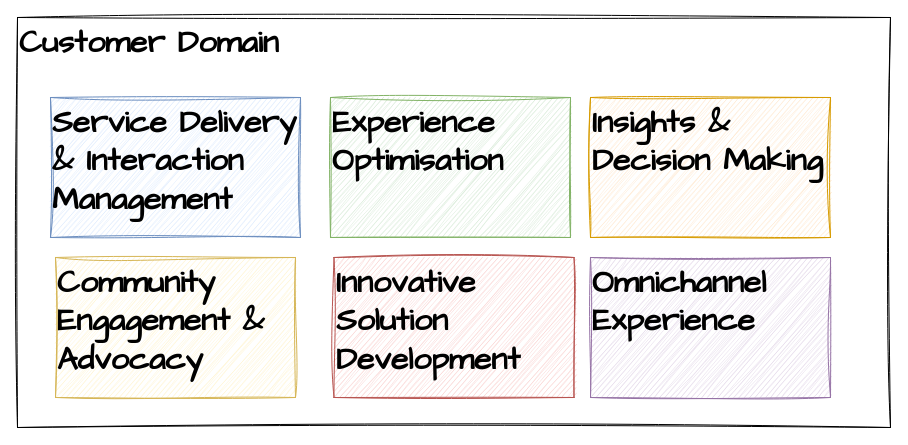
The draw.io diagram page "Customer Domain - L0" (9 of 12) of Untitled Diagram.drawio in onlinepractice/digitalbanking, before the edit. Source tidied: cells renumbered, new cells numbered last; positions are measured from the earlier drawing's top-left corner, leaving out a move shared by most shapes. Both pictures are drawn from the tidied source at 100%, with x=0, y=0 at pixel (17, 17).
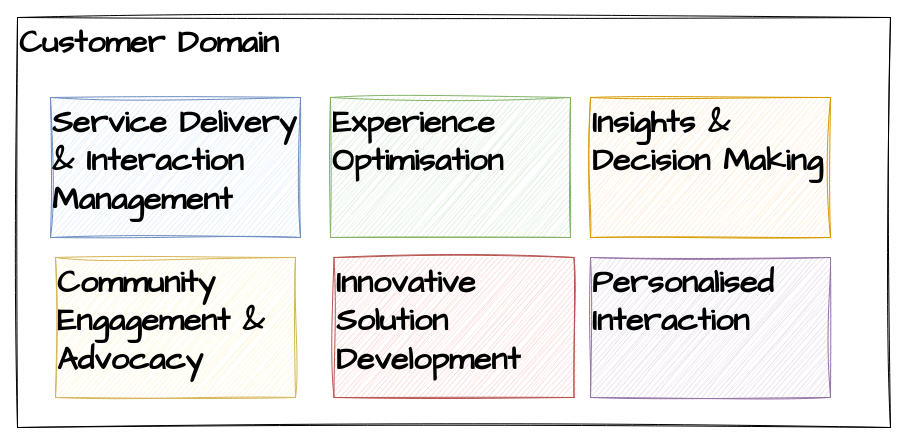
After the change.

Diff of the diagram source:
```diff
@@
 <mxGraphModel>
   <root>
     <mxCell id="0" />
     <mxCell id="1" parent="0" />
     <mxCell id="2" value="Customer Domain" style="rounded=0;whiteSpace=wrap;html=1;sketch=1;hachureGap=4;jiggle=2;curveFitting=1;fontFamily=Architects Daughter;fontSize=32;align=left;verticalAlign=top;fontStyle=1;" parent="1" vertex="1">
       <mxGeometry width="873" height="410" as="geometry" />
     </mxCell>
     <mxCell id="3" value="Service Delivery &amp;amp; Interaction Management" style="rounded=0;whiteSpace=wrap;html=1;sketch=1;hachureGap=4;jiggle=2;curveFitting=1;fontFamily=Architects Daughter;fontSize=32;align=left;verticalAlign=top;fontStyle=1;fillColor=#dae8fc;strokeColor=#6c8ebf;" parent="1" vertex="1">
       <mxGeometry x="33" y="80" width="250" height="140" as="geometry" />
     </mxCell>
     <mxCell id="4" value="Experience Optimisation" style="rounded=0;whiteSpace=wrap;html=1;sketch=1;hachureGap=4;jiggle=2;curveFitting=1;fontFamily=Architects Daughter;fontSize=32;align=left;verticalAlign=top;fontStyle=1;fillColor=#d5e8d4;strokeColor=#82b366;" parent="1" vertex="1">
       <mxGeometry x="313" y="80" width="240" height="140" as="geometry" />
     </mxCell>
     <mxCell id="5" value="Insights &amp;amp; Decision Making" style="rounded=0;whiteSpace=wrap;html=1;sketch=1;hachureGap=4;jiggle=2;curveFitting=1;fontFamily=Architects Daughter;fontSize=32;align=left;verticalAlign=top;fontStyle=1;fillColor=#ffe6cc;strokeColor=#d79b00;" parent="1" vertex="1">
       <mxGeometry x="573" y="80" width="240" height="140" as="geometry" />
     </mxCell>
     <mxCell id="6" value="Community Engagement &amp;amp; Advocacy" style="rounded=0;whiteSpace=wrap;html=1;sketch=1;hachureGap=4;jiggle=2;curveFitting=1;fontFamily=Architects Daughter;fontSize=32;align=left;verticalAlign=top;fontStyle=1;fillColor=#fff2cc;strokeColor=#d6b656;" parent="1" vertex="1">
       <mxGeometry x="38" y="240" width="240" height="140" as="geometry" />
     </mxCell>
     <mxCell id="7" value="Innovative Solution Development" style="rounded=0;whiteSpace=wrap;html=1;sketch=1;hachureGap=4;jiggle=2;curveFitting=1;fontFamily=Architects Daughter;fontSize=32;align=left;verticalAlign=top;fontStyle=1;fillColor=#f8cecc;strokeColor=#b85450;" parent="1" vertex="1">
       <mxGeometry x="316.5" y="240" width="240" height="140" as="geometry" />
     </mxCell>
-    <mxCell id="8" value="Omnichannel Experience" style="rounded=0;whiteSpace=wrap;html=1;sketch=1;hachureGap=4;jiggle=2;curveFitting=1;fontFamily=Architects Daughter;fontSize=32;align=left;verticalAlign=top;fontStyle=1;fillColor=#e1d5e7;strokeColor=#9673a6;" parent="1" vertex="1">
+    <mxCell id="8" value="Personalised Interaction" style="rounded=0;whiteSpace=wrap;html=1;sketch=1;hachureGap=4;jiggle=2;curveFitting=1;fontFamily=Architects Daughter;fontSize=32;align=left;verticalAlign=top;fontStyle=1;fillColor=#e1d5e7;strokeColor=#9673a6;" parent="1" vertex="1">
       <mxGeometry x="573" y="240" width="240" height="140" as="geometry" />
     </mxCell>
   </root>
 </mxGraphModel>
```
